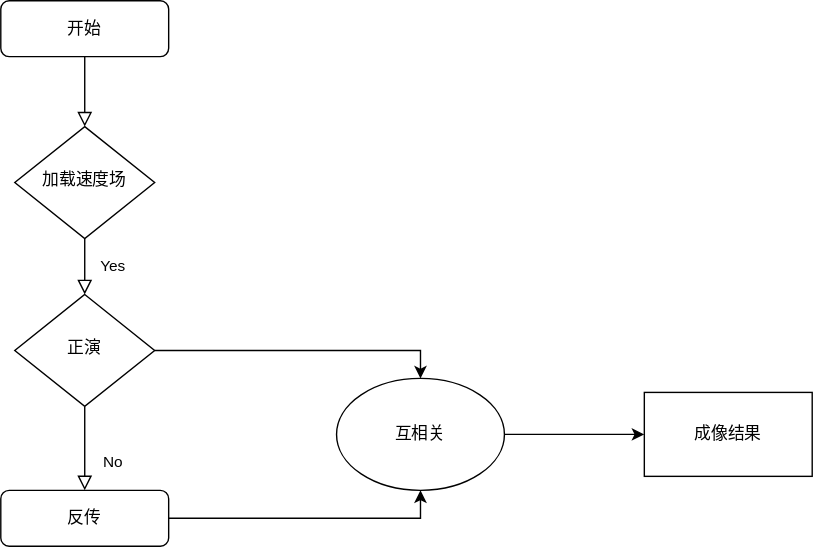
The draw.io diagram Procedure.svg in Rtoax/2D3D-TI-FD-RTM-cuda, before a commit. Source tidied: cells renumbered, new cells last; positions are measured from the earlier drawing's top-left corner, leaving out a move shared by most shapes.
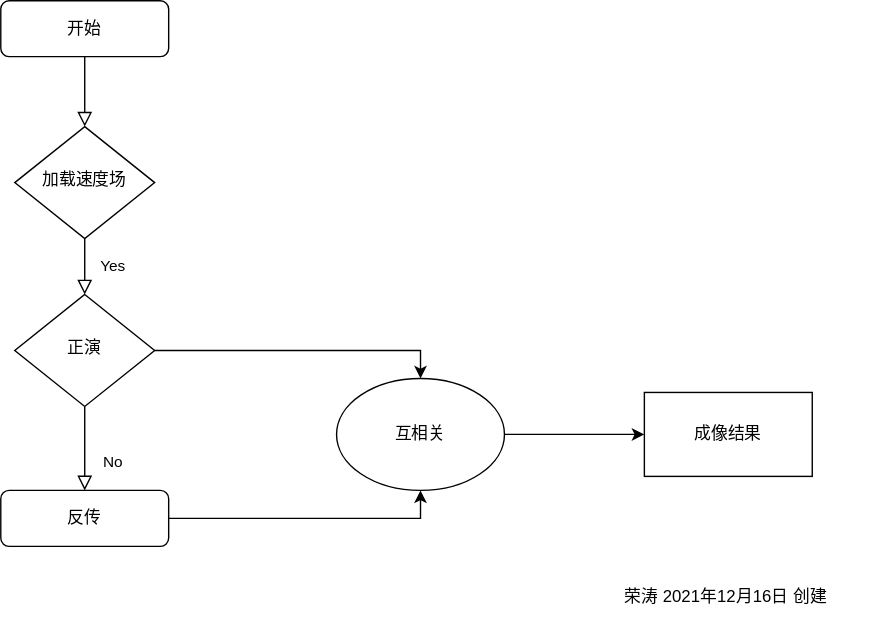
The same diagram one commit later.

Change to the diagram source:
```diff
@@ -38,5 +38,8 @@
     <mxCell id="13" value="成像结果" style="rounded=0;whiteSpace=wrap;html=1;" parent="1" vertex="1">
       <mxGeometry x="460" y="280" width="120" height="60" as="geometry" />
     </mxCell>
+    <mxCell id="14" value="荣涛 2021年12月16日 创建" style="text;strokeColor=none;fillColor=none;align=left;verticalAlign=middle;spacingLeft=4;spacingRight=4;overflow=hidden;" parent="1" vertex="1">
+      <mxGeometry x="440" y="410" width="190" height="30" as="geometry" />
+    </mxCell>
   </root>
 </mxGraphModel>
```
